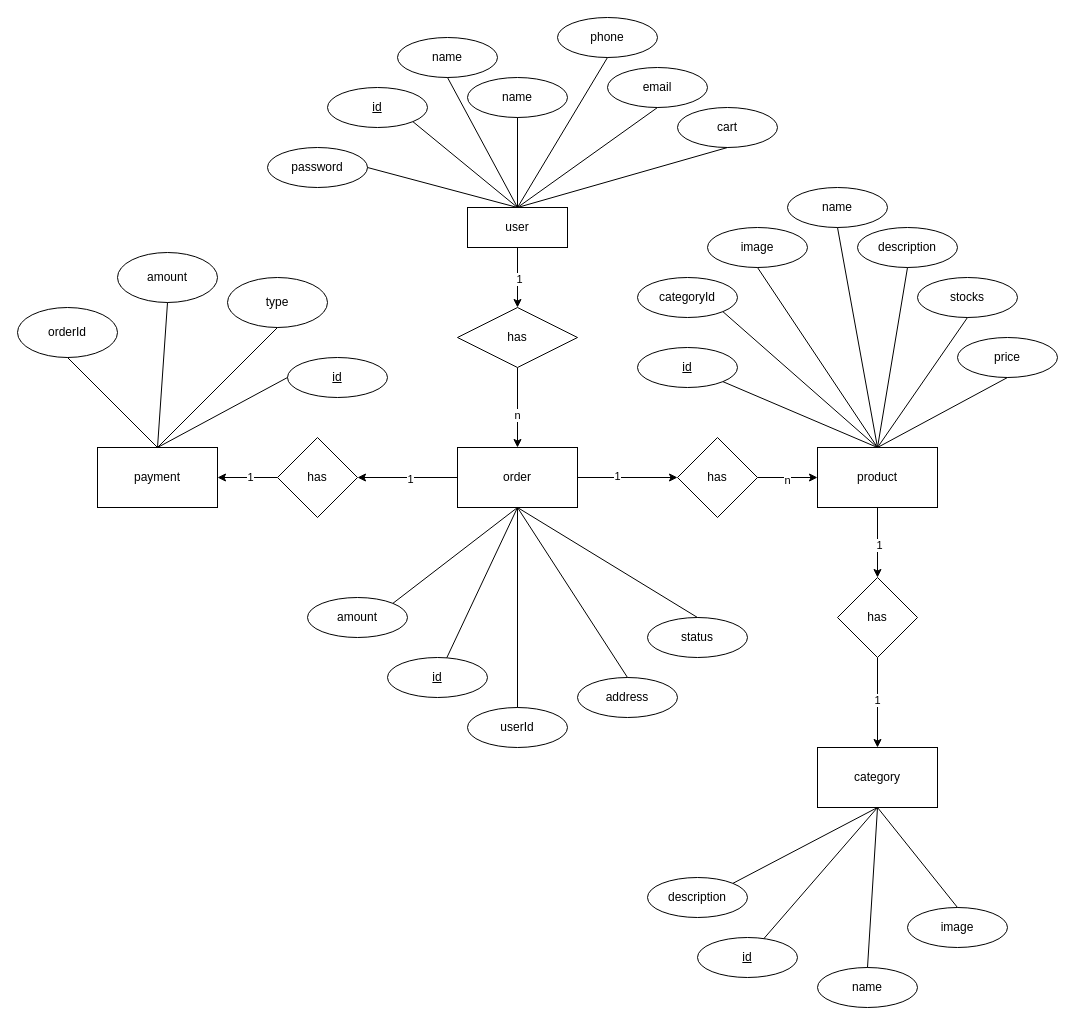
Before: Untitled Diagram.drawio in sab1in/css_BEM, a draw.io diagram. Source tidied: cells renumbered, new cells numbered last; positions are measured from the earlier drawing's top-left corner, leaving out a move shared by most shapes. Both pictures are drawn from the tidied source at 100%, with x=0, y=0 at pixel (17, 17).
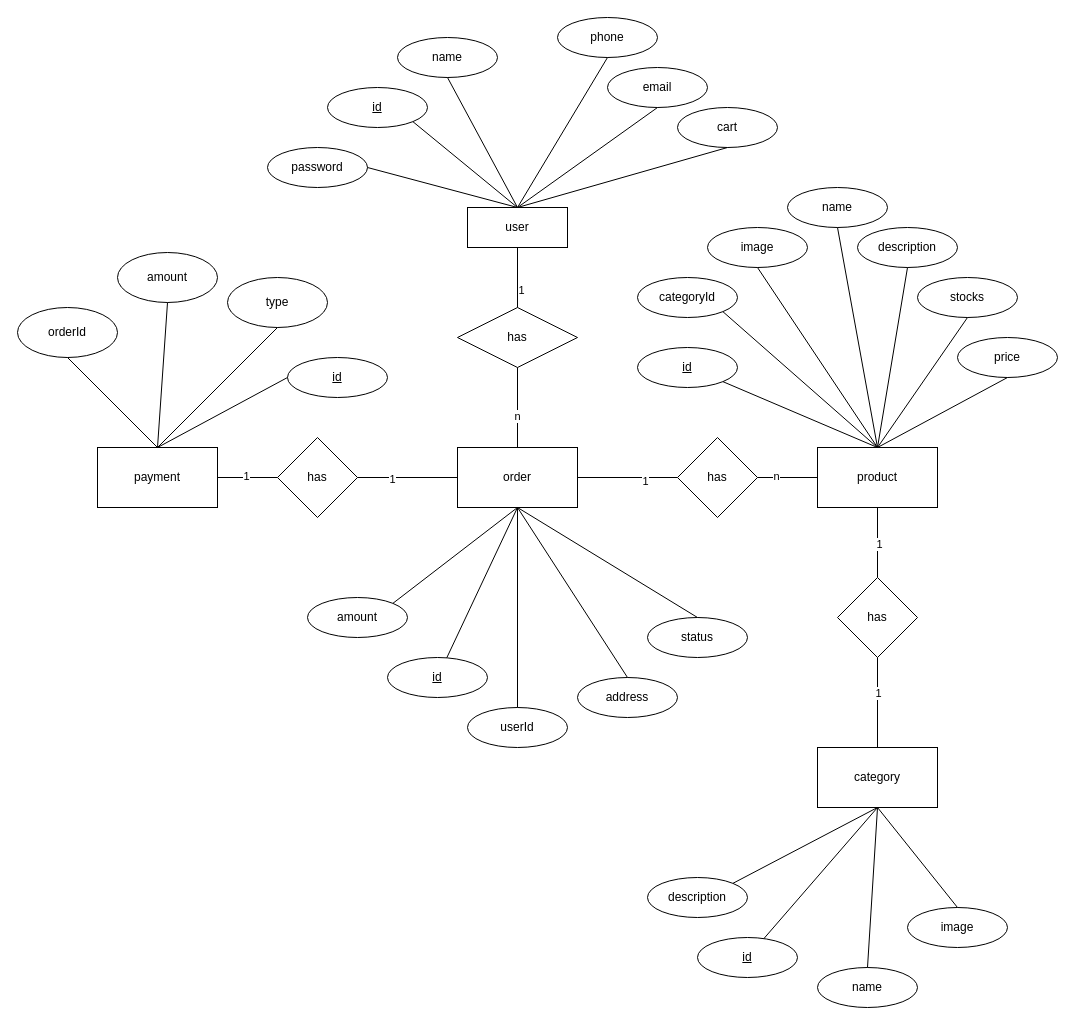
The same page after the edit.

Unchanged cells that the change refers to:
```xml
<mxCell id="4" value="user" style="whiteSpace=wrap;html=1;align=center;" parent="1" vertex="1">
  <mxGeometry x="450" y="190" width="100" height="40" as="geometry" />
</mxCell>
<mxCell id="21" value="has" style="shape=rhombus;perimeter=rhombusPerimeter;whiteSpace=wrap;html=1;align=center;" parent="1" vertex="1">
  <mxGeometry x="440" y="290" width="120" height="60" as="geometry" />
</mxCell>
<mxCell id="26" value="order" style="whiteSpace=wrap;html=1;" parent="1" vertex="1">
  <mxGeometry x="440" y="430" width="120" height="60" as="geometry" />
</mxCell>
<mxCell id="29" value="has" style="rhombus;whiteSpace=wrap;html=1;" parent="1" vertex="1">
  <mxGeometry x="260" y="420" width="80" height="80" as="geometry" />
</mxCell>
<mxCell id="30" value="payment" style="whiteSpace=wrap;html=1;" parent="1" vertex="1">
  <mxGeometry x="80" y="430" width="120" height="60" as="geometry" />
</mxCell>
<mxCell id="33" value="has" style="rhombus;whiteSpace=wrap;html=1;" parent="1" vertex="1">
  <mxGeometry x="660" y="420" width="80" height="80" as="geometry" />
</mxCell>
<mxCell id="36" value="product" style="whiteSpace=wrap;html=1;" parent="1" vertex="1">
  <mxGeometry x="800" y="430" width="120" height="60" as="geometry" />
</mxCell>
<mxCell id="39" value="has" style="rhombus;whiteSpace=wrap;html=1;" parent="1" vertex="1">
  <mxGeometry x="820" y="560" width="80" height="80" as="geometry" />
</mxCell>
<mxCell id="40" value="category" style="whiteSpace=wrap;html=1;" parent="1" vertex="1">
  <mxGeometry x="800" y="730" width="120" height="60" as="geometry" />
</mxCell>
```

Diff of the diagram source:
```diff
@@
-    <mxCell id="2" style="edgeStyle=orthogonalEdgeStyle;rounded=0;jettySize=auto;html=1;" parent="1" edge="1" source="4" target="21">
-      <mxGeometry relative="1" as="geometry" />
-    </mxCell>
-    <mxCell id="3" value="1" style="edgeLabel;html=1;align=center;verticalAlign=middle;" parent="2" vertex="1">
-      <mxGeometry x="0.03" y="1" relative="1" as="geometry" />
-    </mxCell>
@@
-    <mxCell id="9" value="name" style="ellipse;whiteSpace=wrap;html=1;align=center;" parent="1" vertex="1">
-      <mxGeometry x="450" y="60" width="100" height="40" as="geometry" />
-    </mxCell>
-    <mxCell id="10" style="endArrow=none;html=1;rounded=0;exitX=0.5;exitY=1;exitDx=0;exitDy=0;" parent="1" edge="1" source="9">
-      <mxGeometry relative="1" as="geometry">
-        <mxPoint x="500" y="190" as="targetPoint" />
-      </mxGeometry>
-    </mxCell>
@@
-    <mxCell id="19" style="edgeStyle=orthogonalEdgeStyle;rounded=0;jettySize=auto;html=1;" parent="1" edge="1" source="21" target="26">
-      <mxGeometry relative="1" as="geometry" />
-    </mxCell>
-    <mxCell id="20" value="n" style="edgeLabel;html=1;align=center;verticalAlign=middle;" parent="19" vertex="1">
-      <mxGeometry x="0.17" y="-1" relative="1" as="geometry" />
-    </mxCell>
@@
-    <mxCell id="22" style="edgeStyle=orthogonalEdgeStyle;rounded=0;jettySize=auto;html=1;" parent="1" edge="1" source="26" target="29">
-      <mxGeometry relative="1" as="geometry" />
-    </mxCell>
-    <mxCell id="23" value="1" style="edgeLabel;html=1;align=center;verticalAlign=middle;" parent="22" vertex="1">
-      <mxGeometry x="-0.05" y="1" relative="1" as="geometry" />
-    </mxCell>
-    <mxCell id="24" style="edgeStyle=orthogonalEdgeStyle;rounded=0;jettySize=auto;html=1;" parent="1" edge="1" source="26" target="33">
-      <mxGeometry relative="1" as="geometry" />
-    </mxCell>
-    <mxCell id="25" value="1" style="edgeLabel;html=1;align=center;verticalAlign=middle;" parent="24" vertex="1">
-      <mxGeometry x="-0.23" y="2" relative="1" as="geometry" />
-    </mxCell>
@@
-    <mxCell id="27" style="edgeStyle=orthogonalEdgeStyle;rounded=0;jettySize=auto;html=1;" parent="1" edge="1" source="29" target="30">
-      <mxGeometry relative="1" as="geometry" />
-    </mxCell>
-    <mxCell id="28" value="1" style="edgeLabel;html=1;align=center;verticalAlign=middle;" parent="27" vertex="1">
-      <mxGeometry x="-0.06" y="-1" relative="1" as="geometry" />
-    </mxCell>
@@
-    <mxCell id="31" style="edgeStyle=orthogonalEdgeStyle;rounded=0;jettySize=auto;html=1;" parent="1" edge="1" source="33" target="36">
-      <mxGeometry relative="1" as="geometry" />
-    </mxCell>
-    <mxCell id="32" value="n" style="edgeLabel;html=1;align=center;verticalAlign=middle;" parent="31" vertex="1">
-      <mxGeometry x="-0.05" y="-2" relative="1" as="geometry" />
-    </mxCell>
@@
-    <mxCell id="34" style="edgeStyle=orthogonalEdgeStyle;rounded=0;jettySize=auto;html=1;" parent="1" edge="1" source="36" target="39">
-      <mxGeometry relative="1" as="geometry" />
-    </mxCell>
-    <mxCell id="35" value="1" style="edgeLabel;html=1;align=center;verticalAlign=middle;" parent="34" vertex="1">
-      <mxGeometry x="0.05" y="1" relative="1" as="geometry" />
-    </mxCell>
@@
-    <mxCell id="37" style="edgeStyle=orthogonalEdgeStyle;rounded=0;jettySize=auto;html=1;" parent="1" edge="1" source="39" target="40">
-      <mxGeometry relative="1" as="geometry" />
-    </mxCell>
-    <mxCell id="38" value="1" style="edgeLabel;html=1;align=center;verticalAlign=middle;" parent="37" vertex="1">
-      <mxGeometry x="-0.07" y="-1" relative="1" as="geometry" />
-    </mxCell>
@@
+    <mxCell id="81" style="endArrow=none;html=1;rounded=0;entryX=0;entryY=0.5;entryDx=0;entryDy=0;exitX=1;exitY=0.5;exitDx=0;exitDy=0;" parent="1" edge="1" source="30" target="29">
+      <mxGeometry relative="1" as="geometry" />
+    </mxCell>
+    <mxCell id="82" value="1" style="edgeLabel;html=1;align=center;verticalAlign=middle;" parent="81" vertex="1">
+      <mxGeometry x="-0.08" y="2" relative="1" as="geometry" />
+    </mxCell>
+    <mxCell id="83" style="endArrow=none;html=1;rounded=0;exitX=1;exitY=0.5;exitDx=0;exitDy=0;entryX=0;entryY=0.5;entryDx=0;entryDy=0;" parent="1" edge="1" source="29" target="26">
+      <mxGeometry relative="1" as="geometry" />
+    </mxCell>
+    <mxCell id="84" value="1" style="edgeLabel;html=1;align=center;verticalAlign=middle;" parent="83" vertex="1">
+      <mxGeometry x="-0.33" y="-1" relative="1" as="geometry" />
+    </mxCell>
+    <mxCell id="85" style="endArrow=none;html=1;rounded=0;entryX=0.5;entryY=1;entryDx=0;entryDy=0;" parent="1" edge="1" source="26" target="21">
+      <mxGeometry relative="1" as="geometry" />
+    </mxCell>
+    <mxCell id="86" value="n" style="edgeLabel;html=1;align=center;verticalAlign=middle;" parent="85" vertex="1">
+      <mxGeometry x="-0.19" y="1" relative="1" as="geometry" />
+    </mxCell>
+    <mxCell id="87" style="endArrow=none;html=1;rounded=0;exitX=0.5;exitY=0;exitDx=0;exitDy=0;entryX=0.5;entryY=1;entryDx=0;entryDy=0;" parent="1" edge="1" source="21" target="4">
+      <mxGeometry relative="1" as="geometry" />
+    </mxCell>
+    <mxCell id="88" value="1" style="edgeLabel;html=1;align=center;verticalAlign=middle;" parent="87" vertex="1">
+      <mxGeometry x="-0.4" y="-3" relative="1" as="geometry" />
+    </mxCell>
+    <mxCell id="24" style="endArrow=none;html=1;rounded=0;exitX=1;exitY=0.5;exitDx=0;exitDy=0;entryX=0;entryY=0.5;entryDx=0;entryDy=0;" parent="1" edge="1" source="26" target="33">
+      <mxGeometry relative="1" as="geometry" />
+    </mxCell>
+    <mxCell id="89" value="1" style="edgeLabel;html=1;align=center;verticalAlign=middle;" parent="24" vertex="1">
+      <mxGeometry x="0.33" y="-3" relative="1" as="geometry" />
+    </mxCell>
+    <mxCell id="90" style="endArrow=none;html=1;rounded=0;entryX=0;entryY=0.5;entryDx=0;entryDy=0;" parent="1" edge="1" target="36">
+      <mxGeometry relative="1" as="geometry">
+        <mxPoint x="740" y="460" as="sourcePoint" />
+      </mxGeometry>
+    </mxCell>
+    <mxCell id="91" value="n" style="edgeLabel;html=1;align=center;verticalAlign=middle;" parent="90" vertex="1">
+      <mxGeometry x="-0.41" y="2" relative="1" as="geometry" />
+    </mxCell>
+    <mxCell id="92" style="endArrow=none;html=1;rounded=0;exitX=0.5;exitY=0;exitDx=0;exitDy=0;" parent="1" edge="1" source="39" target="36">
+      <mxGeometry relative="1" as="geometry" />
+    </mxCell>
+    <mxCell id="93" value="1" style="edgeLabel;html=1;align=center;verticalAlign=middle;" parent="92" vertex="1">
+      <mxGeometry x="-0.04" y="-1" relative="1" as="geometry" />
+    </mxCell>
+    <mxCell id="94" style="endArrow=none;html=1;rounded=0;entryX=0.5;entryY=1;entryDx=0;entryDy=0;exitX=0.5;exitY=0;exitDx=0;exitDy=0;" parent="1" edge="1" source="40" target="39">
+      <mxGeometry relative="1" as="geometry" />
+    </mxCell>
+    <mxCell id="95" value="1" style="edgeLabel;html=1;align=center;verticalAlign=middle;" parent="94" vertex="1">
+      <mxGeometry x="0.22" relative="1" as="geometry" />
+    </mxCell>
```
